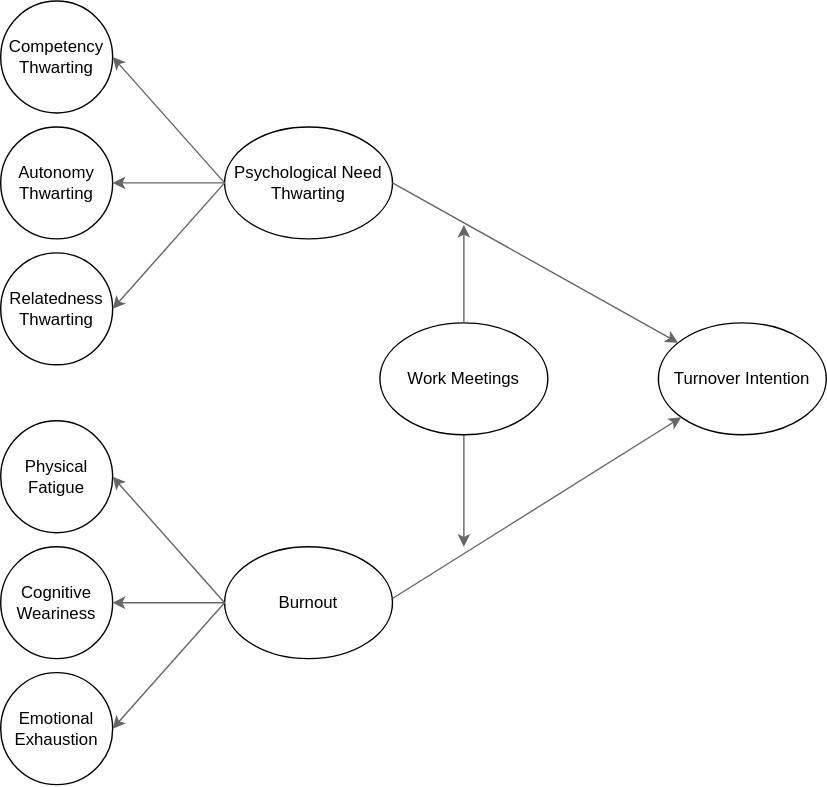
The draw.io diagram images/thesis-process-model.svg in datasci-iopsy/dkg-phd-thesis, before a commit. Source tidied: cells renumbered, new cells last; positions are measured from the earlier drawing's top-left corner, leaving out a move shared by most shapes. Source of this version:
```xml
<mxGraphModel>
  <root>
    <mxCell id="0" />
    <mxCell id="1" parent="0" />
    <mxCell id="2" style="group;" parent="1" vertex="1">
      <mxGeometry width="590" height="560" as="geometry" />
    </mxCell>
    <mxCell id="3" style="group;" parent="2" vertex="1">
      <mxGeometry y="300" width="331" height="260" as="geometry" />
    </mxCell>
    <mxCell id="4" value="Emotional Exhaustion" style="ellipse;whiteSpace=wrap;html=1;" parent="3" vertex="1">
      <mxGeometry y="180" width="80" height="80" as="geometry" />
    </mxCell>
    <mxCell id="5" style="group;" parent="3" vertex="1">
      <mxGeometry width="331" height="170" as="geometry" />
    </mxCell>
    <mxCell id="6" value="Physical Fatigue" style="ellipse;whiteSpace=wrap;html=1;" parent="5" vertex="1">
      <mxGeometry width="80" height="80" as="geometry" />
    </mxCell>
    <mxCell id="7" value="Cognitive Weariness" style="ellipse;whiteSpace=wrap;html=1;" parent="5" vertex="1">
      <mxGeometry y="90" width="80" height="80" as="geometry" />
    </mxCell>
    <mxCell id="8" style="group;" parent="5" vertex="1">
      <mxGeometry x="160" y="90" width="120" height="80" as="geometry" />
    </mxCell>
    <mxCell id="9" value="Burnout" style="ellipse;whiteSpace=wrap;html=1;" parent="8" vertex="1">
      <mxGeometry width="120" height="80" as="geometry" />
    </mxCell>
    <mxCell id="10" style="endArrow=classic;html=1;entryX=1;entryY=0.5;entryDx=0;entryDy=0;fillColor=#f5f5f5;strokeColor=#666666;" parent="8" edge="1" target="6">
      <mxGeometry relative="1" as="geometry">
        <mxPoint y="40" as="sourcePoint" />
      </mxGeometry>
    </mxCell>
    <mxCell id="11" style="endArrow=classic;html=1;entryX=1;entryY=0.5;entryDx=0;entryDy=0;exitX=0;exitY=0.5;exitDx=0;exitDy=0;fillColor=#f5f5f5;strokeColor=#666666;" parent="5" edge="1" source="9" target="7">
      <mxGeometry relative="1" as="geometry" />
    </mxCell>
    <mxCell id="12" style="endArrow=classic;html=1;entryX=1;entryY=0.5;entryDx=0;entryDy=0;exitX=0;exitY=0.5;exitDx=0;exitDy=0;fillColor=#f5f5f5;strokeColor=#666666;" parent="5" edge="1" source="9" target="4">
      <mxGeometry relative="1" as="geometry" />
    </mxCell>
    <mxCell id="13" style="endArrow=classic;html=1;exitX=0.5;exitY=1;exitDx=0;exitDy=0;fillColor=#f5f5f5;strokeColor=#666666;" parent="5" edge="1" source="25">
      <mxGeometry relative="1" as="geometry">
        <mxPoint x="331" y="90" as="targetPoint" />
      </mxGeometry>
    </mxCell>
    <mxCell id="14" style="group;" parent="2" vertex="1">
      <mxGeometry width="280" height="260" as="geometry" />
    </mxCell>
    <mxCell id="15" value="Competency Thwarting" style="ellipse;whiteSpace=wrap;html=1;" parent="14" vertex="1">
      <mxGeometry width="80" height="80" as="geometry" />
    </mxCell>
    <mxCell id="16" value="Autonomy Thwarting" style="ellipse;whiteSpace=wrap;html=1;" parent="14" vertex="1">
      <mxGeometry y="90" width="80" height="80" as="geometry" />
    </mxCell>
    <mxCell id="17" value="Relatedness Thwarting" style="ellipse;whiteSpace=wrap;html=1;" parent="14" vertex="1">
      <mxGeometry y="180" width="80" height="80" as="geometry" />
    </mxCell>
    <mxCell id="18" value="Psychological Need Thwarting" style="ellipse;whiteSpace=wrap;html=1;" parent="14" vertex="1">
      <mxGeometry x="160" y="90" width="120" height="80" as="geometry" />
    </mxCell>
    <mxCell id="19" style="endArrow=classic;html=1;entryX=1;entryY=0.5;entryDx=0;entryDy=0;fillColor=#f5f5f5;strokeColor=#666666;" parent="14" edge="1" target="16">
      <mxGeometry relative="1" as="geometry">
        <mxPoint x="160" y="130" as="sourcePoint" />
      </mxGeometry>
    </mxCell>
    <mxCell id="20" style="endArrow=classic;html=1;entryX=1;entryY=0.5;entryDx=0;entryDy=0;fillColor=#f5f5f5;strokeColor=#666666;" parent="14" edge="1" target="17">
      <mxGeometry relative="1" as="geometry">
        <mxPoint x="160" y="130" as="sourcePoint" />
      </mxGeometry>
    </mxCell>
    <mxCell id="21" style="endArrow=classic;html=1;entryX=1;entryY=0.5;entryDx=0;entryDy=0;fillColor=#f5f5f5;strokeColor=#666666;" parent="14" edge="1" target="15">
      <mxGeometry relative="1" as="geometry">
        <mxPoint x="160" y="130" as="sourcePoint" />
      </mxGeometry>
    </mxCell>
    <mxCell id="22" value="Turnover Intention" style="ellipse;whiteSpace=wrap;html=1;" parent="2" vertex="1">
      <mxGeometry x="470" y="230" width="120" height="80" as="geometry" />
    </mxCell>
    <mxCell id="23" style="endArrow=classic;html=1;fillColor=#f5f5f5;strokeColor=#666666;" parent="2" edge="1" target="22">
      <mxGeometry relative="1" as="geometry">
        <mxPoint x="280" y="130" as="sourcePoint" />
      </mxGeometry>
    </mxCell>
    <mxCell id="24" style="endArrow=classic;html=1;fillColor=#f5f5f5;strokeColor=#666666;" parent="2" edge="1" target="22">
      <mxGeometry relative="1" as="geometry">
        <mxPoint x="280" y="427" as="sourcePoint" />
      </mxGeometry>
    </mxCell>
    <mxCell id="25" value="Work Meetings" style="ellipse;whiteSpace=wrap;html=1;" parent="2" vertex="1">
      <mxGeometry x="271" y="230" width="120" height="80" as="geometry" />
    </mxCell>
    <mxCell id="26" style="endArrow=classic;html=1;fillColor=#f5f5f5;strokeColor=#666666;" parent="2" edge="1">
      <mxGeometry relative="1" as="geometry">
        <mxPoint x="331" y="230" as="sourcePoint" />
        <mxPoint x="331" y="160" as="targetPoint" />
      </mxGeometry>
    </mxCell>
  </root>
</mxGraphModel>
```
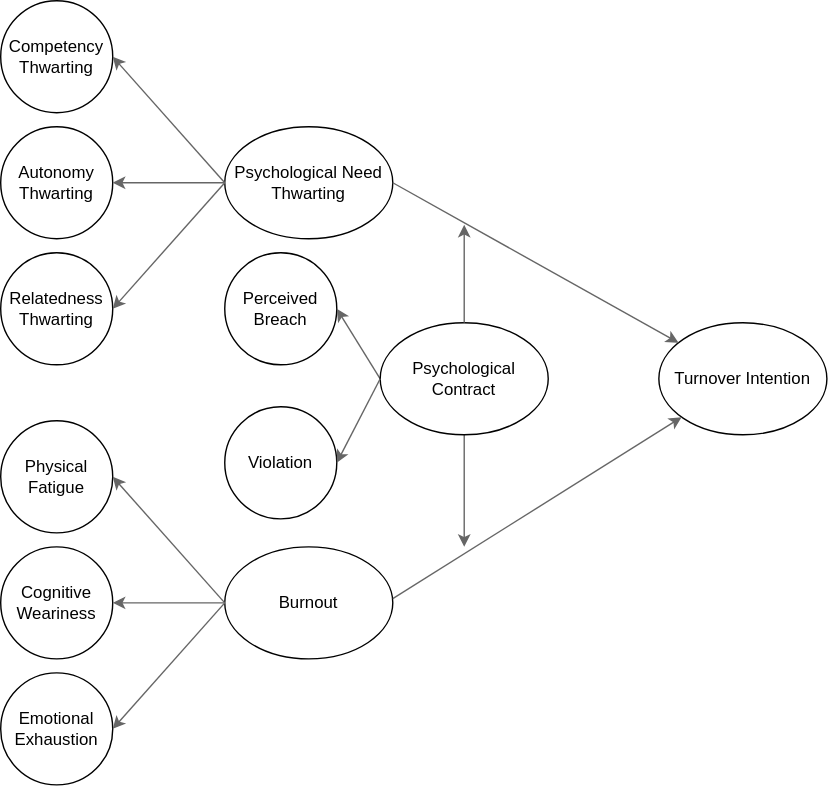
The same file after the commit.

Commit message:
updated process model and other files

The edit, as a diff of the source:
```diff
@@ -42,8 +42,11 @@
         <mxPoint x="331" y="90" as="targetPoint" />
       </mxGeometry>
     </mxCell>
+    <mxCell id="27" value="Violation" style="ellipse;whiteSpace=wrap;html=1;" parent="5" vertex="1">
+      <mxGeometry x="160" y="-10" width="80" height="80" as="geometry" />
+    </mxCell>
     <mxCell id="14" style="group;" parent="2" vertex="1">
-      <mxGeometry width="280" height="260" as="geometry" />
+      <mxGeometry width="280" height="280" as="geometry" />
     </mxCell>
     <mxCell id="15" value="Competency Thwarting" style="ellipse;whiteSpace=wrap;html=1;" parent="14" vertex="1">
       <mxGeometry width="80" height="80" as="geometry" />
@@ -72,6 +75,14 @@
         <mxPoint x="160" y="130" as="sourcePoint" />
       </mxGeometry>
     </mxCell>
+    <mxCell id="28" value="Perceived Breach" style="ellipse;whiteSpace=wrap;html=1;" parent="14" vertex="1">
+      <mxGeometry x="160" y="180" width="80" height="80" as="geometry" />
+    </mxCell>
+    <mxCell id="29" style="endArrow=classic;html=1;fillColor=#f5f5f5;strokeColor=#666666;entryX=1;entryY=0.5;entryDx=0;entryDy=0;" parent="14" edge="1" target="28">
+      <mxGeometry relative="1" as="geometry">
+        <mxPoint x="271" y="270" as="sourcePoint" />
+      </mxGeometry>
+    </mxCell>
     <mxCell id="22" value="Turnover Intention" style="ellipse;whiteSpace=wrap;html=1;" parent="2" vertex="1">
       <mxGeometry x="470" y="230" width="120" height="80" as="geometry" />
     </mxCell>
@@ -85,7 +96,7 @@
         <mxPoint x="280" y="427" as="sourcePoint" />
       </mxGeometry>
     </mxCell>
-    <mxCell id="25" value="Work Meetings" style="ellipse;whiteSpace=wrap;html=1;" parent="2" vertex="1">
+    <mxCell id="25" value="Psychological Contract" style="ellipse;whiteSpace=wrap;html=1;" parent="2" vertex="1">
       <mxGeometry x="271" y="230" width="120" height="80" as="geometry" />
     </mxCell>
     <mxCell id="26" style="endArrow=classic;html=1;fillColor=#f5f5f5;strokeColor=#666666;" parent="2" edge="1">
@@ -94,5 +105,8 @@
         <mxPoint x="331" y="160" as="targetPoint" />
       </mxGeometry>
     </mxCell>
+    <mxCell id="30" style="endArrow=classic;html=1;fillColor=#f5f5f5;strokeColor=#666666;exitX=0;exitY=0.5;exitDx=0;exitDy=0;entryX=1;entryY=0.5;entryDx=0;entryDy=0;" parent="2" edge="1" source="25" target="27">
+      <mxGeometry relative="1" as="geometry" />
+    </mxCell>
   </root>
 </mxGraphModel>
```
